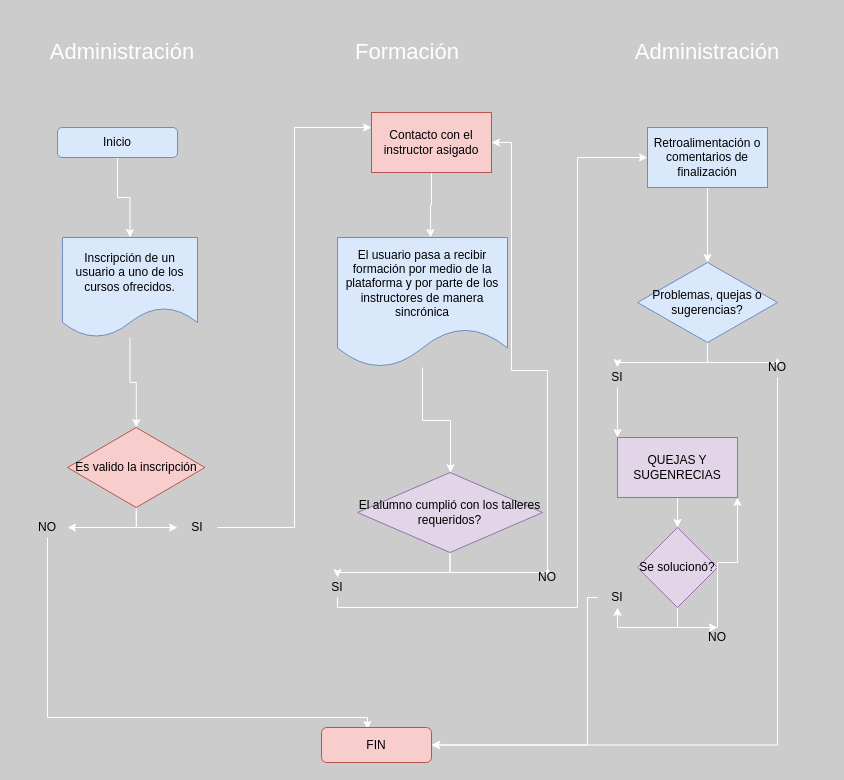
Earlier version of the draw.io diagram Untitled Diagram.drawio (Andr3yg/ADSI_andreyg). Source tidied: cells renumbered, new cells numbered last; positions are measured from the earlier drawing's top-left corner, leaving out a move shared by most shapes. Both pictures are drawn from the tidied source at 100%, with x=0, y=0 at pixel (17, 17).
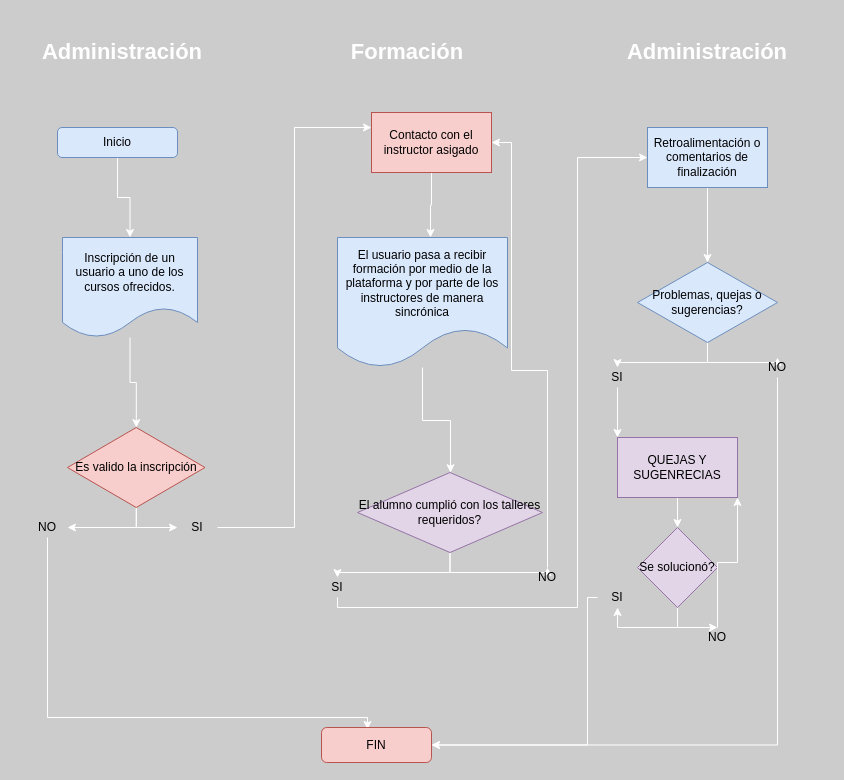
Above is the later version.

What changed in the source:
```diff
@@
-    <mxCell id="4" value="&lt;font style=&quot;font-size: 22px&quot; color=&quot;#ffffff&quot;&gt;Administración&lt;/font&gt;" style="text;html=1;strokeColor=none;fillColor=none;align=center;verticalAlign=middle;whiteSpace=wrap;rounded=0;" parent="1" vertex="1">
+    <mxCell id="4" value="&lt;font style=&quot;font-size: 22px&quot; color=&quot;#ffffff&quot;&gt;&lt;b&gt;Administración&lt;/b&gt;&lt;/font&gt;" style="text;html=1;strokeColor=none;fillColor=none;align=center;verticalAlign=middle;whiteSpace=wrap;rounded=0;" parent="1" vertex="1">
       <mxGeometry width="210" height="70" as="geometry" />
     </mxCell>
@@
-    <mxCell id="7" value="&lt;font color=&quot;#ffffff&quot;&gt;&lt;span style=&quot;font-size: 22px&quot;&gt;Formación&lt;/span&gt;&lt;/font&gt;" style="text;html=1;strokeColor=none;fillColor=none;align=center;verticalAlign=middle;whiteSpace=wrap;rounded=0;" parent="1" vertex="1">
+    <mxCell id="7" value="&lt;font color=&quot;#ffffff&quot;&gt;&lt;span style=&quot;font-size: 22px&quot;&gt;&lt;b&gt;Formación&lt;/b&gt;&lt;/span&gt;&lt;/font&gt;" style="text;html=1;strokeColor=none;fillColor=none;align=center;verticalAlign=middle;whiteSpace=wrap;rounded=0;" parent="1" vertex="1">
       <mxGeometry x="270" width="240" height="70" as="geometry" />
     </mxCell>
@@
-    <mxCell id="27" value="&lt;font color=&quot;#ffffff&quot;&gt;&lt;span style=&quot;font-size: 22px&quot;&gt;Administración&lt;/span&gt;&lt;/font&gt;" style="text;html=1;strokeColor=none;fillColor=none;align=center;verticalAlign=middle;whiteSpace=wrap;rounded=0;" parent="1" vertex="1">
+    <mxCell id="27" value="&lt;font color=&quot;#ffffff&quot;&gt;&lt;span style=&quot;font-size: 22px&quot;&gt;&lt;b&gt;Administración&lt;/b&gt;&lt;/span&gt;&lt;/font&gt;" style="text;html=1;strokeColor=none;fillColor=none;align=center;verticalAlign=middle;whiteSpace=wrap;rounded=0;" parent="1" vertex="1">
       <mxGeometry x="570" width="240" height="70" as="geometry" />
     </mxCell>
```
